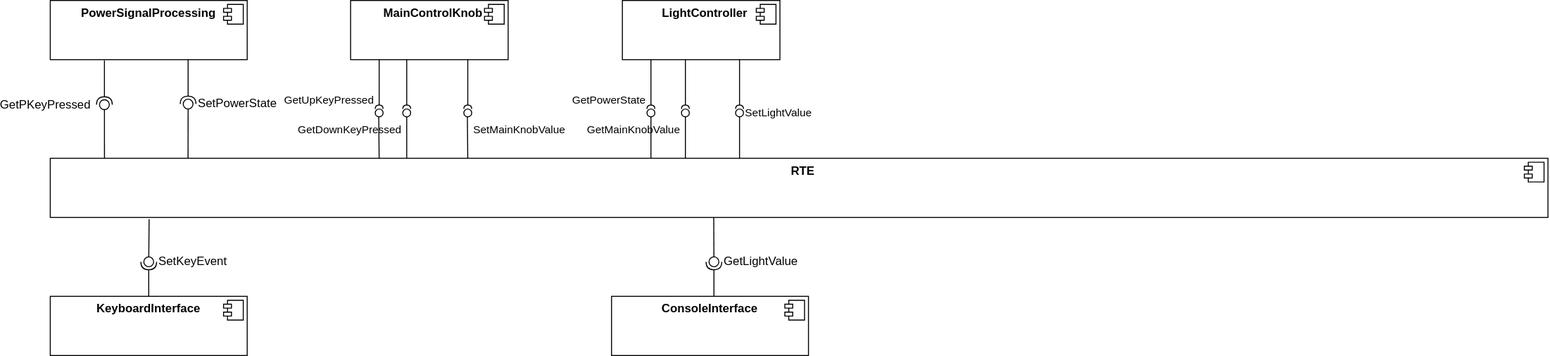
Before: doc/common/sw_architecture/_figures/sw_arch_component_diagram.svg, a diagram exported from draw.io (avengineers/SPLed). Source tidied: cells renumbered, new cells last; positions are measured from the earlier drawing's top-left corner, leaving out a move shared by most shapes.
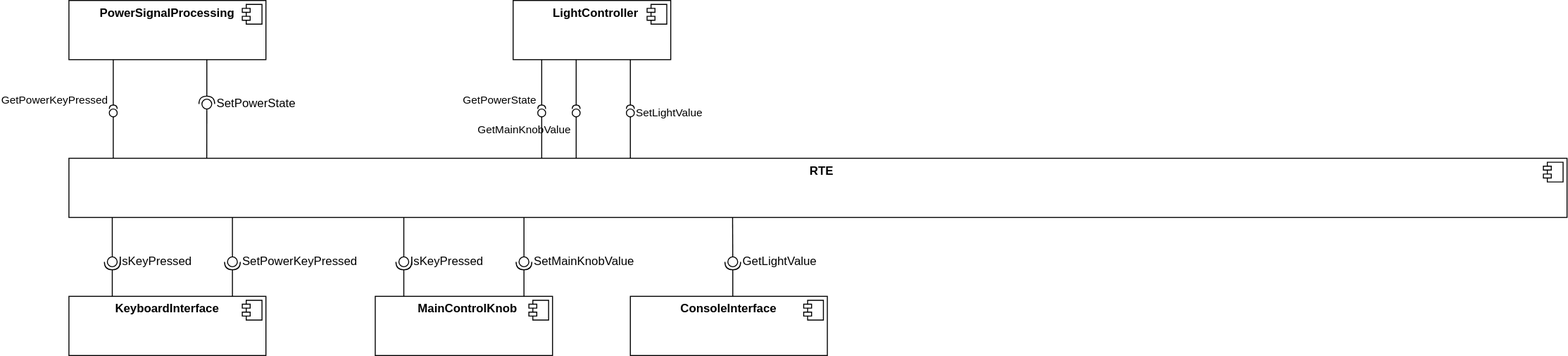
Above is the later version.

What changed in the source:
```diff
@@ -3,7 +3,7 @@
     <mxCell id="0" />
     <mxCell id="1" parent="0" />
     <mxCell id="2" value="&lt;p style=&quot;margin:0px;margin-top:6px;text-align:center;&quot;&gt;&lt;b&gt;PowerSignalProcessing&lt;/b&gt;&lt;/p&gt;" style="align=left;overflow=fill;html=1;whiteSpace=wrap;" parent="1" vertex="1">
-      <mxGeometry width="200" height="60" as="geometry" />
+      <mxGeometry x="31" width="200" height="60" as="geometry" />
     </mxCell>
     <mxCell id="3" style="shape=component;jettyWidth=8;jettyHeight=4;" parent="2" vertex="1">
       <mxGeometry x="1" width="20" height="20" relative="1" as="geometry">
@@ -11,7 +11,7 @@
       </mxGeometry>
     </mxCell>
     <mxCell id="4" value="&lt;p style=&quot;margin: 6px 0px 0px;&quot;&gt;&lt;/p&gt;&lt;p style=&quot;margin:0px;margin-left:8px;&quot;&gt;&lt;b&gt;LightController&lt;/b&gt;&lt;/p&gt;" style="align=center;overflow=fill;html=1;whiteSpace=wrap;" parent="1" vertex="1">
-      <mxGeometry x="581" width="160" height="60" as="geometry" />
+      <mxGeometry x="482" width="160" height="60" as="geometry" />
     </mxCell>
     <mxCell id="5" style="shape=component;jettyWidth=8;jettyHeight=4;" parent="4" vertex="1">
       <mxGeometry x="1" width="20" height="20" relative="1" as="geometry">
@@ -19,7 +19,7 @@
       </mxGeometry>
     </mxCell>
     <mxCell id="6" value="&lt;p style=&quot;margin: 6px 0px 0px;&quot;&gt;&lt;/p&gt;&lt;p style=&quot;margin:0px;margin-left:8px;&quot;&gt;&lt;b&gt;RTE&lt;/b&gt;&lt;/p&gt;" style="align=center;overflow=fill;html=1;whiteSpace=wrap;" parent="1" vertex="1">
-      <mxGeometry y="160" width="1521" height="60" as="geometry" />
+      <mxGeometry x="31" y="160" width="1521" height="60" as="geometry" />
     </mxCell>
     <mxCell id="7" style="shape=component;jettyWidth=8;jettyHeight=4;" parent="6" vertex="1">
       <mxGeometry x="1" width="20" height="20" relative="1" as="geometry">
@@ -28,34 +28,34 @@
     </mxCell>
     <mxCell id="8" style="endArrow=none;html=1;rounded=0;align=center;verticalAlign=top;endFill=0;labelBackgroundColor=none;endSize=2;exitX=0.13;exitY=-0.002;exitDx=0;exitDy=0;exitPerimeter=0;" parent="1" edge="1" target="9">
       <mxGeometry relative="1" as="geometry">
-        <mxPoint x="610" y="160" as="sourcePoint" />
+        <mxPoint x="511" y="160" as="sourcePoint" />
       </mxGeometry>
     </mxCell>
     <mxCell id="9" value="GetPowerState" style="ellipse;html=1;fontSize=11;align=right;fillColor=none;points=[];verticalAlign=bottom;labelPosition=left;verticalLabelPosition=top;flipH=1;" parent="1" vertex="1">
-      <mxGeometry x="606" y="110" width="8" height="8" as="geometry" />
+      <mxGeometry x="507" y="110" width="8" height="8" as="geometry" />
     </mxCell>
     <mxCell id="10" style="html=1;verticalAlign=bottom;labelBackgroundColor=none;startArrow=halfCircle;startFill=0;startSize=2;endArrow=none;rounded=0;entryX=0.5;entryY=1;entryDx=0;entryDy=0;" parent="1" edge="1">
       <mxGeometry x="-1" y="3" relative="1" as="geometry">
-        <mxPoint x="610" y="110" as="sourcePoint" />
-        <mxPoint x="610" y="60" as="targetPoint" />
+        <mxPoint x="511" y="110" as="sourcePoint" />
+        <mxPoint x="511" y="60" as="targetPoint" />
       </mxGeometry>
     </mxCell>
     <mxCell id="11" style="endArrow=none;html=1;rounded=0;align=center;verticalAlign=top;endFill=0;labelBackgroundColor=none;endSize=2;exitX=0.13;exitY=-0.002;exitDx=0;exitDy=0;exitPerimeter=0;" parent="1" edge="1" target="12">
       <mxGeometry relative="1" as="geometry">
-        <mxPoint x="700" y="160" as="sourcePoint" />
+        <mxPoint x="601" y="160" as="sourcePoint" />
       </mxGeometry>
     </mxCell>
     <mxCell id="12" value="SetLightValue" style="ellipse;html=1;fontSize=11;align=left;fillColor=none;points=[];verticalAlign=middle;labelPosition=right;verticalLabelPosition=middle;flipH=1;" parent="1" vertex="1">
-      <mxGeometry x="696" y="110" width="8" height="8" as="geometry" />
+      <mxGeometry x="597" y="110" width="8" height="8" as="geometry" />
     </mxCell>
     <mxCell id="13" style="html=1;verticalAlign=bottom;labelBackgroundColor=none;startArrow=halfCircle;startFill=0;startSize=2;endArrow=none;rounded=0;entryX=0.5;entryY=1;entryDx=0;entryDy=0;" parent="1" edge="1">
       <mxGeometry x="-1" y="3" relative="1" as="geometry">
-        <mxPoint x="700" y="110" as="sourcePoint" />
-        <mxPoint x="700" y="60" as="targetPoint" />
+        <mxPoint x="601" y="110" as="sourcePoint" />
+        <mxPoint x="601" y="60" as="targetPoint" />
       </mxGeometry>
     </mxCell>
     <mxCell id="14" value="&lt;p style=&quot;margin:0px;margin-top:6px;text-align:center;&quot;&gt;&lt;b&gt;KeyboardInterface&lt;/b&gt;&lt;/p&gt;" style="align=left;overflow=fill;html=1;whiteSpace=wrap;" parent="1" vertex="1">
-      <mxGeometry y="300" width="200" height="60" as="geometry" />
+      <mxGeometry x="31" y="300" width="200" height="60" as="geometry" />
     </mxCell>
     <mxCell id="15" style="shape=component;jettyWidth=8;jettyHeight=4;" parent="14" vertex="1">
       <mxGeometry x="1" width="20" height="20" relative="1" as="geometry">
@@ -63,7 +63,7 @@
       </mxGeometry>
     </mxCell>
     <mxCell id="16" value="&lt;p style=&quot;margin:0px;margin-top:6px;text-align:center;&quot;&gt;&lt;b&gt;ConsoleInterface&lt;/b&gt;&lt;/p&gt;" style="align=left;overflow=fill;html=1;whiteSpace=wrap;" parent="1" vertex="1">
-      <mxGeometry x="570" y="300" width="200" height="60" as="geometry" />
+      <mxGeometry x="601" y="300" width="200" height="60" as="geometry" />
     </mxCell>
     <mxCell id="17" style="shape=component;jettyWidth=8;jettyHeight=4;" parent="16" vertex="1">
       <mxGeometry x="1" width="20" height="20" relative="1" as="geometry">
@@ -72,111 +72,113 @@
     </mxCell>
     <mxCell id="18" style="rounded=0;jettySize=auto;html=1;endArrow=halfCircle;endFill=0;endSize=6;strokeWidth=1;sketch=0;exitX=0.25;exitY=1;exitDx=0;exitDy=0;" parent="1" edge="1" target="20">
       <mxGeometry relative="1" as="geometry">
-        <mxPoint x="140" y="60" as="sourcePoint" />
+        <mxPoint x="171" y="60" as="sourcePoint" />
       </mxGeometry>
     </mxCell>
     <mxCell id="19" style="rounded=0;jettySize=auto;html=1;endArrow=oval;endFill=0;sketch=0;sourcePerimeterSpacing=0;targetPerimeterSpacing=0;endSize=10;exitX=0.092;exitY=0;exitDx=0;exitDy=0;exitPerimeter=0;" parent="1" edge="1" source="6" target="20">
       <mxGeometry relative="1" as="geometry" />
     </mxCell>
     <mxCell id="20" value="&amp;nbsp;SetPowerState" style="ellipse;whiteSpace=wrap;html=1;align=left;fillColor=none;strokeColor=none;perimeter=centerPerimeter;points=[];outlineConnect=1;labelPosition=right;verticalLabelPosition=middle;verticalAlign=middle;" parent="1" vertex="1">
-      <mxGeometry x="135" y="100" width="10" height="10" as="geometry" />
+      <mxGeometry x="166" y="100" width="10" height="10" as="geometry" />
     </mxCell>
-    <mxCell id="21" style="rounded=0;jettySize=auto;html=1;endArrow=halfCircle;endFill=0;endSize=6;strokeWidth=1;sketch=0;exitX=0.5;exitY=0;exitDx=0;exitDy=0;" parent="1" edge="1" source="14" target="23">
-      <mxGeometry relative="1" as="geometry" />
-    </mxCell>
-    <mxCell id="22" style="rounded=0;jettySize=auto;html=1;endArrow=oval;endFill=0;sketch=0;sourcePerimeterSpacing=0;targetPerimeterSpacing=0;endSize=10;exitX=0.066;exitY=1.029;exitDx=0;exitDy=0;exitPerimeter=0;" parent="1" edge="1" source="6" target="23">
-      <mxGeometry relative="1" as="geometry" />
-    </mxCell>
-    <mxCell id="23" value="&amp;nbsp;SetKeyEvent" style="ellipse;whiteSpace=wrap;html=1;align=left;fillColor=none;strokeColor=none;perimeter=centerPerimeter;points=[];outlineConnect=1;labelPosition=right;verticalLabelPosition=middle;verticalAlign=middle;" parent="1" vertex="1">
-      <mxGeometry x="95" y="260" width="10" height="10" as="geometry" />
-    </mxCell>
     <mxCell id="24" style="rounded=0;jettySize=auto;html=1;endArrow=halfCircle;endFill=0;endSize=6;strokeWidth=1;sketch=0;exitX=0.5;exitY=0;exitDx=0;exitDy=0;" parent="1" edge="1" target="26">
       <mxGeometry relative="1" as="geometry">
-        <mxPoint x="674" y="300" as="sourcePoint" />
+        <mxPoint x="705" y="300" as="sourcePoint" />
       </mxGeometry>
     </mxCell>
     <mxCell id="25" style="rounded=0;jettySize=auto;html=1;endArrow=oval;endFill=0;sketch=0;sourcePerimeterSpacing=0;targetPerimeterSpacing=0;endSize=10;exitX=0.443;exitY=1;exitDx=0;exitDy=0;exitPerimeter=0;" parent="1" edge="1" source="6" target="26">
       <mxGeometry relative="1" as="geometry" />
     </mxCell>
     <mxCell id="26" value="&amp;nbsp;GetLightValue" style="ellipse;whiteSpace=wrap;html=1;align=left;fillColor=none;strokeColor=none;perimeter=centerPerimeter;points=[];outlineConnect=1;labelPosition=right;verticalLabelPosition=middle;verticalAlign=middle;" parent="1" vertex="1">
-      <mxGeometry x="669" y="260" width="10" height="10" as="geometry" />
+      <mxGeometry x="700" y="260" width="10" height="10" as="geometry" />
     </mxCell>
-    <mxCell id="27" style="rounded=0;jettySize=auto;html=1;endArrow=halfCircle;endFill=0;endSize=6;strokeWidth=1;sketch=0;exitX=0.25;exitY=1;exitDx=0;exitDy=0;" parent="1" edge="1" target="29">
-      <mxGeometry relative="1" as="geometry">
-        <mxPoint x="55" y="60.7" as="sourcePoint" />
-      </mxGeometry>
-    </mxCell>
-    <mxCell id="28" style="rounded=0;jettySize=auto;html=1;endArrow=oval;endFill=0;sketch=0;sourcePerimeterSpacing=0;targetPerimeterSpacing=0;endSize=10;exitX=0.065;exitY=-0.011;exitDx=0;exitDy=0;exitPerimeter=0;" parent="1" edge="1" target="29">
-      <mxGeometry relative="1" as="geometry">
-        <mxPoint x="55.1" y="160" as="sourcePoint" />
-      </mxGeometry>
-    </mxCell>
-    <mxCell id="29" value="GetPKeyPressed&amp;nbsp;&amp;nbsp;" style="ellipse;whiteSpace=wrap;html=1;align=right;fillColor=none;strokeColor=none;perimeter=centerPerimeter;points=[];outlineConnect=1;labelPosition=left;verticalLabelPosition=middle;verticalAlign=middle;" parent="1" vertex="1">
-      <mxGeometry x="50" y="100.7" width="10" height="10" as="geometry" />
-    </mxCell>
-    <mxCell id="30" value="&lt;p style=&quot;margin: 6px 0px 0px;&quot;&gt;&lt;/p&gt;&lt;p style=&quot;margin:0px;margin-left:8px;&quot;&gt;&lt;b&gt;MainControlKnob&lt;/b&gt;&lt;/p&gt;" style="align=center;overflow=fill;html=1;whiteSpace=wrap;" parent="1" vertex="1">
-      <mxGeometry x="305" width="160" height="60" as="geometry" />
-    </mxCell>
-    <mxCell id="31" style="shape=component;jettyWidth=8;jettyHeight=4;" parent="30" vertex="1">
-      <mxGeometry x="1" width="20" height="20" relative="1" as="geometry">
-        <mxPoint x="-24" y="4" as="offset" />
-      </mxGeometry>
-    </mxCell>
-    <mxCell id="32" style="endArrow=none;html=1;rounded=0;align=center;verticalAlign=top;endFill=0;labelBackgroundColor=none;endSize=2;exitX=0.13;exitY=-0.002;exitDx=0;exitDy=0;exitPerimeter=0;" parent="1" edge="1" target="33">
-      <mxGeometry relative="1" as="geometry">
-        <mxPoint x="334" y="160" as="sourcePoint" />
-      </mxGeometry>
-    </mxCell>
-    <mxCell id="33" value="GetUpKeyPressed" style="ellipse;html=1;fontSize=11;align=right;fillColor=none;points=[];verticalAlign=bottom;labelPosition=left;verticalLabelPosition=top;flipH=1;" parent="1" vertex="1">
-      <mxGeometry x="330" y="110" width="8" height="8" as="geometry" />
-    </mxCell>
-    <mxCell id="34" style="html=1;verticalAlign=bottom;labelBackgroundColor=none;startArrow=halfCircle;startFill=0;startSize=2;endArrow=none;rounded=0;entryX=0.5;entryY=1;entryDx=0;entryDy=0;" parent="1" edge="1">
-      <mxGeometry x="-1" y="3" relative="1" as="geometry">
-        <mxPoint x="334" y="110" as="sourcePoint" />
-        <mxPoint x="334" y="60" as="targetPoint" />
-      </mxGeometry>
-    </mxCell>
-    <mxCell id="35" style="endArrow=none;html=1;rounded=0;align=center;verticalAlign=top;endFill=0;labelBackgroundColor=none;endSize=2;exitX=0.13;exitY=-0.002;exitDx=0;exitDy=0;exitPerimeter=0;" parent="1" edge="1" target="36">
-      <mxGeometry relative="1" as="geometry">
-        <mxPoint x="424" y="160" as="sourcePoint" />
-      </mxGeometry>
-    </mxCell>
-    <mxCell id="36" value="SetMainKnobValue" style="ellipse;html=1;fontSize=11;align=left;fillColor=none;points=[];verticalAlign=top;labelPosition=right;verticalLabelPosition=bottom;flipH=1;" parent="1" vertex="1">
-      <mxGeometry x="420" y="110" width="8" height="8" as="geometry" />
-    </mxCell>
-    <mxCell id="37" style="html=1;verticalAlign=bottom;labelBackgroundColor=none;startArrow=halfCircle;startFill=0;startSize=2;endArrow=none;rounded=0;entryX=0.5;entryY=1;entryDx=0;entryDy=0;" parent="1" edge="1">
-      <mxGeometry x="-1" y="3" relative="1" as="geometry">
-        <mxPoint x="424" y="110" as="sourcePoint" />
-        <mxPoint x="424" y="60" as="targetPoint" />
-      </mxGeometry>
-    </mxCell>
-    <mxCell id="38" style="endArrow=none;html=1;rounded=0;align=right;verticalAlign=top;endFill=0;labelBackgroundColor=none;endSize=2;exitX=0.13;exitY=-0.002;exitDx=0;exitDy=0;exitPerimeter=0;labelPosition=left;verticalLabelPosition=bottom;" parent="1" edge="1" target="39">
-      <mxGeometry relative="1" as="geometry">
-        <mxPoint x="362" y="160" as="sourcePoint" />
-      </mxGeometry>
-    </mxCell>
-    <mxCell id="39" value="GetDownKeyPressed" style="ellipse;html=1;fontSize=11;align=right;fillColor=none;points=[];verticalAlign=top;labelPosition=left;verticalLabelPosition=bottom;flipH=1;" parent="1" vertex="1">
-      <mxGeometry x="358" y="110" width="8" height="8" as="geometry" />
-    </mxCell>
-    <mxCell id="40" style="html=1;verticalAlign=bottom;labelBackgroundColor=none;startArrow=halfCircle;startFill=0;startSize=2;endArrow=none;rounded=0;entryX=0.5;entryY=1;entryDx=0;entryDy=0;" parent="1" edge="1">
-      <mxGeometry x="-1" y="3" relative="1" as="geometry">
-        <mxPoint x="362" y="110" as="sourcePoint" />
-        <mxPoint x="362" y="60" as="targetPoint" />
-      </mxGeometry>
-    </mxCell>
     <mxCell id="41" style="endArrow=none;html=1;rounded=0;align=center;verticalAlign=top;endFill=0;labelBackgroundColor=none;endSize=2;exitX=0.13;exitY=-0.002;exitDx=0;exitDy=0;exitPerimeter=0;" parent="1" edge="1" target="42">
       <mxGeometry relative="1" as="geometry">
-        <mxPoint x="645" y="160" as="sourcePoint" />
+        <mxPoint x="546" y="160" as="sourcePoint" />
       </mxGeometry>
     </mxCell>
     <mxCell id="42" value="GetMainKnobValue" style="ellipse;html=1;fontSize=11;align=right;fillColor=none;points=[];verticalAlign=top;labelPosition=left;verticalLabelPosition=bottom;flipH=1;" parent="1" vertex="1">
-      <mxGeometry x="641" y="110" width="8" height="8" as="geometry" />
+      <mxGeometry x="542" y="110" width="8" height="8" as="geometry" />
     </mxCell>
     <mxCell id="43" style="html=1;verticalAlign=bottom;labelBackgroundColor=none;startArrow=halfCircle;startFill=0;startSize=2;endArrow=none;rounded=0;entryX=0.5;entryY=1;entryDx=0;entryDy=0;" parent="1" edge="1">
       <mxGeometry x="-1" y="3" relative="1" as="geometry">
-        <mxPoint x="645" y="110" as="sourcePoint" />
-        <mxPoint x="645" y="60" as="targetPoint" />
+        <mxPoint x="546" y="110" as="sourcePoint" />
+        <mxPoint x="546" y="60" as="targetPoint" />
       </mxGeometry>
     </mxCell>
+    <mxCell id="44" style="endArrow=none;html=1;rounded=0;align=center;verticalAlign=top;endFill=0;labelBackgroundColor=none;endSize=2;exitX=0.13;exitY=-0.002;exitDx=0;exitDy=0;exitPerimeter=0;" parent="1" edge="1" target="45">
+      <mxGeometry relative="1" as="geometry">
+        <mxPoint x="76" y="160" as="sourcePoint" />
+      </mxGeometry>
+    </mxCell>
+    <mxCell id="45" value="GetPowerKeyPressed" style="ellipse;html=1;fontSize=11;align=right;fillColor=none;points=[];verticalAlign=bottom;labelPosition=left;verticalLabelPosition=top;flipH=1;" parent="1" vertex="1">
+      <mxGeometry x="72" y="110" width="8" height="8" as="geometry" />
+    </mxCell>
+    <mxCell id="46" style="html=1;verticalAlign=bottom;labelBackgroundColor=none;startArrow=halfCircle;startFill=0;startSize=2;endArrow=none;rounded=0;entryX=0.5;entryY=1;entryDx=0;entryDy=0;" parent="1" edge="1">
+      <mxGeometry x="-1" y="3" relative="1" as="geometry">
+        <mxPoint x="76" y="110" as="sourcePoint" />
+        <mxPoint x="76" y="60" as="targetPoint" />
+      </mxGeometry>
+    </mxCell>
+    <mxCell id="47" style="rounded=0;jettySize=auto;html=1;endArrow=halfCircle;endFill=0;endSize=6;strokeWidth=1;sketch=0;exitX=0.5;exitY=0;exitDx=0;exitDy=0;" parent="1" edge="1" target="49">
+      <mxGeometry relative="1" as="geometry">
+        <mxPoint x="75" y="300" as="sourcePoint" />
+      </mxGeometry>
+    </mxCell>
+    <mxCell id="48" style="rounded=0;jettySize=auto;html=1;endArrow=oval;endFill=0;sketch=0;sourcePerimeterSpacing=0;targetPerimeterSpacing=0;endSize=10;exitX=0.443;exitY=1;exitDx=0;exitDy=0;exitPerimeter=0;" parent="1" edge="1" target="49">
+      <mxGeometry relative="1" as="geometry">
+        <mxPoint x="75" y="220" as="sourcePoint" />
+      </mxGeometry>
+    </mxCell>
+    <mxCell id="49" value="IsKeyPressed" style="ellipse;whiteSpace=wrap;html=1;align=left;fillColor=none;strokeColor=none;perimeter=centerPerimeter;points=[];outlineConnect=1;labelPosition=right;verticalLabelPosition=middle;verticalAlign=middle;" parent="1" vertex="1">
+      <mxGeometry x="70" y="260" width="10" height="10" as="geometry" />
+    </mxCell>
+    <mxCell id="50" style="rounded=0;jettySize=auto;html=1;endArrow=halfCircle;endFill=0;endSize=6;strokeWidth=1;sketch=0;exitX=0.5;exitY=0;exitDx=0;exitDy=0;" parent="1" edge="1" target="52">
+      <mxGeometry relative="1" as="geometry">
+        <mxPoint x="197" y="300" as="sourcePoint" />
+      </mxGeometry>
+    </mxCell>
+    <mxCell id="51" style="rounded=0;jettySize=auto;html=1;endArrow=oval;endFill=0;sketch=0;sourcePerimeterSpacing=0;targetPerimeterSpacing=0;endSize=10;exitX=0.443;exitY=1;exitDx=0;exitDy=0;exitPerimeter=0;" parent="1" edge="1" target="52">
+      <mxGeometry relative="1" as="geometry">
+        <mxPoint x="197" y="220" as="sourcePoint" />
+      </mxGeometry>
+    </mxCell>
+    <mxCell id="52" value="&amp;nbsp;SetPowerKeyPressed" style="ellipse;whiteSpace=wrap;html=1;align=left;fillColor=none;strokeColor=none;perimeter=centerPerimeter;points=[];outlineConnect=1;labelPosition=right;verticalLabelPosition=middle;verticalAlign=middle;" parent="1" vertex="1">
+      <mxGeometry x="192" y="260" width="10" height="10" as="geometry" />
+    </mxCell>
+    <mxCell id="30" value="&lt;p style=&quot;margin: 6px 0px 0px;&quot;&gt;&lt;/p&gt;&lt;p style=&quot;margin:0px;margin-left:8px;&quot;&gt;&lt;b&gt;MainControlKnob&lt;/b&gt;&lt;/p&gt;" style="align=center;overflow=fill;html=1;whiteSpace=wrap;" parent="1" vertex="1">
+      <mxGeometry x="342" y="300" width="180" height="60" as="geometry" />
+    </mxCell>
+    <mxCell id="53" style="shape=component;jettyWidth=8;jettyHeight=4;" parent="30" vertex="1">
+      <mxGeometry x="1" width="20" height="20" relative="1" as="geometry">
+        <mxPoint x="-24" y="4" as="offset" />
+      </mxGeometry>
+    </mxCell>
+    <mxCell id="54" style="rounded=0;jettySize=auto;html=1;endArrow=halfCircle;endFill=0;endSize=6;strokeWidth=1;sketch=0;exitX=0.5;exitY=0;exitDx=0;exitDy=0;" parent="1" edge="1" target="56">
+      <mxGeometry relative="1" as="geometry">
+        <mxPoint x="371" y="300" as="sourcePoint" />
+      </mxGeometry>
+    </mxCell>
+    <mxCell id="55" style="rounded=0;jettySize=auto;html=1;endArrow=oval;endFill=0;sketch=0;sourcePerimeterSpacing=0;targetPerimeterSpacing=0;endSize=10;exitX=0.443;exitY=1;exitDx=0;exitDy=0;exitPerimeter=0;" parent="1" edge="1" target="56">
+      <mxGeometry relative="1" as="geometry">
+        <mxPoint x="371" y="220" as="sourcePoint" />
+      </mxGeometry>
+    </mxCell>
+    <mxCell id="56" value="IsKeyPressed" style="ellipse;whiteSpace=wrap;html=1;align=left;fillColor=none;strokeColor=none;perimeter=centerPerimeter;points=[];outlineConnect=1;labelPosition=right;verticalLabelPosition=middle;verticalAlign=middle;" parent="1" vertex="1">
+      <mxGeometry x="366" y="260" width="10" height="10" as="geometry" />
+    </mxCell>
+    <mxCell id="57" style="rounded=0;jettySize=auto;html=1;endArrow=halfCircle;endFill=0;endSize=6;strokeWidth=1;sketch=0;exitX=0.5;exitY=0;exitDx=0;exitDy=0;" parent="1" edge="1" target="36">
+      <mxGeometry relative="1" as="geometry">
+        <mxPoint x="493" y="300" as="sourcePoint" />
+      </mxGeometry>
+    </mxCell>
+    <mxCell id="58" style="rounded=0;jettySize=auto;html=1;endArrow=oval;endFill=0;sketch=0;sourcePerimeterSpacing=0;targetPerimeterSpacing=0;endSize=10;exitX=0.443;exitY=1;exitDx=0;exitDy=0;exitPerimeter=0;" parent="1" edge="1" target="36">
+      <mxGeometry relative="1" as="geometry">
+        <mxPoint x="493" y="220" as="sourcePoint" />
+      </mxGeometry>
+    </mxCell>
+    <mxCell id="36" value="&amp;nbsp;SetMainKnobValue" style="ellipse;whiteSpace=wrap;html=1;align=left;fillColor=none;strokeColor=none;perimeter=centerPerimeter;points=[];outlineConnect=1;labelPosition=right;verticalLabelPosition=middle;verticalAlign=middle;" parent="1" vertex="1">
+      <mxGeometry x="488" y="260" width="10" height="10" as="geometry" />
+    </mxCell>
   </root>
 </mxGraphModel>
```
